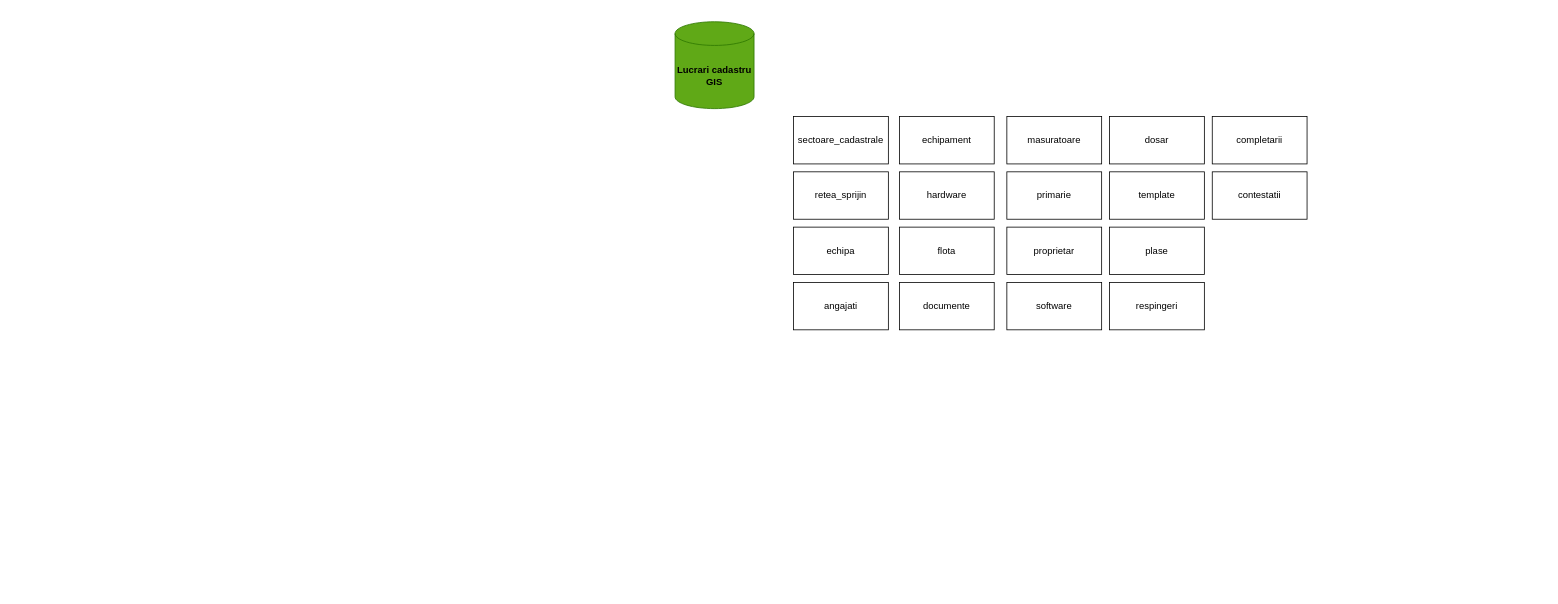
Fabbye3737/modelare_db keeps this draw.io diagram as model_abstract.drawio. Above is the earlier version. Source tidied: cells renumbered, new cells numbered last; positions are measured from the earlier drawing's top-left corner, leaving out a move shared by most shapes. Both pictures are drawn from the tidied source at 79%, with x=0, y=0 at pixel (675, 21).
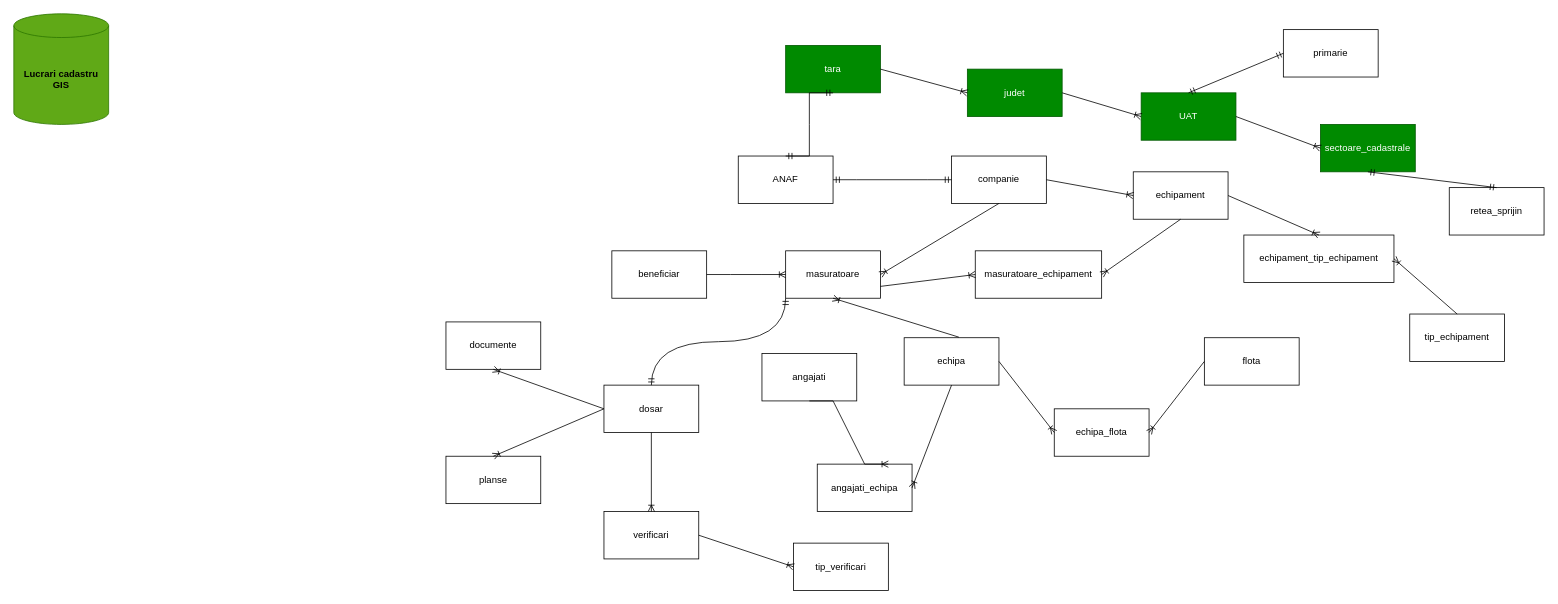
After the change.

The edit, as a diff of the source:
```diff
@@
     <mxCell id="2" value="Lucrari cadastru GIS" style="shape=cylinder3;whiteSpace=wrap;html=1;boundedLbl=1;backgroundOutline=1;size=15;fillColor=#60a917;strokeColor=#2D7600;fontColor=#000000;labelBackgroundColor=none;labelBorderColor=none;fontStyle=1;" parent="1" vertex="1">
-      <mxGeometry width="100" height="110" as="geometry" />
+      <mxGeometry x="-837" y="-10" width="120" height="140" as="geometry" />
     </mxCell>
-    <mxCell id="3" value="sectoare_cadastrale" style="rounded=0;whiteSpace=wrap;html=1;" parent="1" vertex="1">
-      <mxGeometry x="150" y="120" width="120" height="60" as="geometry" />
+    <mxCell id="3" value="sectoare_cadastrale" style="rounded=0;whiteSpace=wrap;html=1;fillColor=#008a00;fontColor=#ffffff;strokeColor=#005700;" parent="1" vertex="1">
+      <mxGeometry x="817" y="130" width="120" height="60" as="geometry" />
     </mxCell>
     <mxCell id="4" value="retea_sprijin" style="rounded=0;whiteSpace=wrap;html=1;" parent="1" vertex="1">
-      <mxGeometry x="150" y="190" width="120" height="60" as="geometry" />
+      <mxGeometry x="980" y="210" width="120" height="60" as="geometry" />
     </mxCell>
     <mxCell id="5" value="echipa" style="rounded=0;whiteSpace=wrap;html=1;" parent="1" vertex="1">
-      <mxGeometry x="150" y="260" width="120" height="60" as="geometry" />
+      <mxGeometry x="290" y="400" width="120" height="60" as="geometry" />
     </mxCell>
     <mxCell id="6" value="angajati" style="rounded=0;whiteSpace=wrap;html=1;" parent="1" vertex="1">
-      <mxGeometry x="150" y="330" width="120" height="60" as="geometry" />
+      <mxGeometry x="110" y="420" width="120" height="60" as="geometry" />
     </mxCell>
     <mxCell id="7" value="echipament" style="rounded=0;whiteSpace=wrap;html=1;" parent="1" vertex="1">
-      <mxGeometry x="284" y="120" width="120" height="60" as="geometry" />
+      <mxGeometry x="580" y="190" width="120" height="60" as="geometry" />
     </mxCell>
-    <mxCell id="8" value="hardware" style="rounded=0;whiteSpace=wrap;html=1;" parent="1" vertex="1">
-      <mxGeometry x="284" y="190" width="120" height="60" as="geometry" />
-    </mxCell>
     <mxCell id="9" value="flota" style="rounded=0;whiteSpace=wrap;html=1;" parent="1" vertex="1">
-      <mxGeometry x="284" y="260" width="120" height="60" as="geometry" />
+      <mxGeometry x="670" y="400" width="120" height="60" as="geometry" />
     </mxCell>
     <mxCell id="10" value="documente" style="rounded=0;whiteSpace=wrap;html=1;" parent="1" vertex="1">
-      <mxGeometry x="284" y="330" width="120" height="60" as="geometry" />
+      <mxGeometry x="-290" y="380" width="120" height="60" as="geometry" />
     </mxCell>
     <mxCell id="11" value="masuratoare" style="rounded=0;whiteSpace=wrap;html=1;" parent="1" vertex="1">
-      <mxGeometry x="420" y="120" width="120" height="60" as="geometry" />
+      <mxGeometry x="140" y="290" width="120" height="60" as="geometry" />
     </mxCell>
     <mxCell id="12" value="primarie" style="rounded=0;whiteSpace=wrap;html=1;" parent="1" vertex="1">
-      <mxGeometry x="420" y="190" width="120" height="60" as="geometry" />
+      <mxGeometry x="770" y="10" width="120" height="60" as="geometry" />
     </mxCell>
-    <mxCell id="13" value="proprietar" style="rounded=0;whiteSpace=wrap;html=1;" parent="1" vertex="1">
-      <mxGeometry x="420" y="260" width="120" height="60" as="geometry" />
+    <mxCell id="13" value="beneficiar" style="rounded=0;whiteSpace=wrap;html=1;" parent="1" vertex="1">
+      <mxGeometry x="-80" y="290" width="120" height="60" as="geometry" />
     </mxCell>
-    <mxCell id="14" value="software" style="rounded=0;whiteSpace=wrap;html=1;" parent="1" vertex="1">
-      <mxGeometry x="420" y="330" width="120" height="60" as="geometry" />
-    </mxCell>
     <mxCell id="15" value="dosar" style="rounded=0;whiteSpace=wrap;html=1;" parent="1" vertex="1">
-      <mxGeometry x="550" y="120" width="120" height="60" as="geometry" />
+      <mxGeometry x="-90" y="460" width="120" height="60" as="geometry" />
     </mxCell>
-    <mxCell id="16" value="template" style="rounded=0;whiteSpace=wrap;html=1;" parent="1" vertex="1">
-      <mxGeometry x="550" y="190" width="120" height="60" as="geometry" />
-    </mxCell>
-    <mxCell id="17" value="plase" style="rounded=0;whiteSpace=wrap;html=1;" parent="1" vertex="1">
-      <mxGeometry x="550" y="260" width="120" height="60" as="geometry" />
+    <mxCell id="17" value="planse" style="rounded=0;whiteSpace=wrap;html=1;" parent="1" vertex="1">
+      <mxGeometry x="-290" y="550" width="120" height="60" as="geometry" />
     </mxCell>
-    <mxCell id="18" value="respingeri" style="rounded=0;whiteSpace=wrap;html=1;" parent="1" vertex="1">
-      <mxGeometry x="550" y="330" width="120" height="60" as="geometry" />
-    </mxCell>
-    <mxCell id="19" value="completarii" style="rounded=0;whiteSpace=wrap;html=1;" parent="1" vertex="1">
-      <mxGeometry x="680" y="120" width="120" height="60" as="geometry" />
+    <mxCell id="19" value="tip_verificari" style="rounded=0;whiteSpace=wrap;html=1;" parent="1" vertex="1">
+      <mxGeometry x="150" y="660" width="120" height="60" as="geometry" />
     </mxCell>
-    <mxCell id="20" value="contestatii" style="rounded=0;whiteSpace=wrap;html=1;" parent="1" vertex="1">
-      <mxGeometry x="680" y="190" width="120" height="60" as="geometry" />
+    <mxCell id="20" value="verificari" style="rounded=0;whiteSpace=wrap;html=1;" parent="1" vertex="1">
+      <mxGeometry x="-90" y="620" width="120" height="60" as="geometry" />
     </mxCell>
+    <mxCell id="21" value="UAT" style="rounded=0;whiteSpace=wrap;html=1;fillColor=#008a00;fontColor=#ffffff;strokeColor=#005700;" parent="1" vertex="1">
+      <mxGeometry x="590" y="90" width="120" height="60" as="geometry" />
+    </mxCell>
+    <mxCell id="22" style="fontSize=12;html=1;endArrow=ERoneToMany;rounded=0;exitX=1;exitY=0.5;exitDx=0;exitDy=0;entryX=0;entryY=0.5;entryDx=0;entryDy=0;" parent="1" edge="1" source="21" target="3">
+      <mxGeometry relative="1" as="geometry" />
+    </mxCell>
+    <mxCell id="23" value="judet" style="rounded=0;whiteSpace=wrap;html=1;fillColor=#008a00;fontColor=#ffffff;strokeColor=#005700;" parent="1" vertex="1">
+      <mxGeometry x="370" y="60" width="120" height="60" as="geometry" />
+    </mxCell>
+    <mxCell id="24" style="fontSize=12;html=1;endArrow=ERoneToMany;rounded=0;exitX=1;exitY=0.5;exitDx=0;exitDy=0;entryX=0;entryY=0.5;entryDx=0;entryDy=0;" parent="1" edge="1" source="23" target="21">
+      <mxGeometry relative="1" as="geometry" />
+    </mxCell>
+    <mxCell id="25" value="tara" style="rounded=0;whiteSpace=wrap;html=1;fillColor=#008a00;fontColor=#ffffff;strokeColor=#005700;" parent="1" vertex="1">
+      <mxGeometry x="140" y="30" width="120" height="60" as="geometry" />
+    </mxCell>
+    <mxCell id="26" style="fontSize=12;html=1;endArrow=ERoneToMany;rounded=0;entryX=0;entryY=0.5;entryDx=0;entryDy=0;exitX=1;exitY=0.5;exitDx=0;exitDy=0;" parent="1" edge="1" source="25" target="23">
+      <mxGeometry relative="1" as="geometry" />
+    </mxCell>
+    <mxCell id="27" value="companie" style="rounded=0;whiteSpace=wrap;html=1;" parent="1" vertex="1">
+      <mxGeometry x="350" y="170" width="120" height="60" as="geometry" />
+    </mxCell>
+    <mxCell id="28" style="fontSize=12;html=1;endArrow=ERoneToMany;rounded=0;exitX=1;exitY=0.5;exitDx=0;exitDy=0;entryX=0;entryY=0.5;entryDx=0;entryDy=0;" parent="1" edge="1" source="27" target="7">
+      <mxGeometry relative="1" as="geometry" />
+    </mxCell>
+    <mxCell id="29" value="ANAF" style="rounded=0;whiteSpace=wrap;html=1;" parent="1" vertex="1">
+      <mxGeometry x="80" y="170" width="120" height="60" as="geometry" />
+    </mxCell>
+    <mxCell id="30" style="edgeStyle=entityRelationEdgeStyle;fontSize=12;html=1;endArrow=ERmandOne;startArrow=ERmandOne;rounded=0;exitX=1;exitY=0.5;exitDx=0;exitDy=0;entryX=0;entryY=0.5;entryDx=0;entryDy=0;" parent="1" edge="1" source="29" target="27">
+      <mxGeometry relative="1" as="geometry" />
+    </mxCell>
+    <mxCell id="31" style="edgeStyle=entityRelationEdgeStyle;fontSize=12;html=1;endArrow=ERmandOne;startArrow=ERmandOne;rounded=0;entryX=0.5;entryY=1;entryDx=0;entryDy=0;exitX=0.5;exitY=0;exitDx=0;exitDy=0;" parent="1" edge="1" source="29" target="25">
+      <mxGeometry relative="1" as="geometry" />
+    </mxCell>
+    <mxCell id="32" style="fontSize=12;html=1;endArrow=ERoneToMany;rounded=0;exitX=0.5;exitY=1;exitDx=0;exitDy=0;entryX=1;entryY=0.5;entryDx=0;entryDy=0;" parent="1" edge="1" source="27" target="11">
+      <mxGeometry relative="1" as="geometry" />
+    </mxCell>
+    <mxCell id="33" value="masuratoare_echipament" style="rounded=0;whiteSpace=wrap;html=1;" parent="1" vertex="1">
+      <mxGeometry x="380" y="290" width="160" height="60" as="geometry" />
+    </mxCell>
+    <mxCell id="34" style="fontSize=12;html=1;endArrow=ERoneToMany;rounded=0;exitX=1;exitY=0.75;exitDx=0;exitDy=0;entryX=0;entryY=0.5;entryDx=0;entryDy=0;" parent="1" edge="1" source="11" target="33">
+      <mxGeometry relative="1" as="geometry" />
+    </mxCell>
+    <mxCell id="35" style="fontSize=12;html=1;endArrow=ERoneToMany;rounded=0;exitX=0.5;exitY=1;exitDx=0;exitDy=0;entryX=1;entryY=0.5;entryDx=0;entryDy=0;" parent="1" edge="1" source="7" target="33">
+      <mxGeometry relative="1" as="geometry" />
+    </mxCell>
+    <mxCell id="36" value="angajati_echipa" style="rounded=0;whiteSpace=wrap;html=1;" parent="1" vertex="1">
+      <mxGeometry x="180" y="560" width="120" height="60" as="geometry" />
+    </mxCell>
+    <mxCell id="37" style="edgeStyle=entityRelationEdgeStyle;fontSize=12;html=1;endArrow=ERoneToMany;rounded=0;exitX=0.5;exitY=1;exitDx=0;exitDy=0;entryX=0.75;entryY=0;entryDx=0;entryDy=0;" parent="1" edge="1" source="6" target="36">
+      <mxGeometry relative="1" as="geometry" />
+    </mxCell>
+    <mxCell id="38" style="fontSize=12;html=1;endArrow=ERoneToMany;rounded=0;entryX=1;entryY=0.5;entryDx=0;entryDy=0;exitX=0.5;exitY=1;exitDx=0;exitDy=0;" parent="1" edge="1" source="5" target="36">
+      <mxGeometry relative="1" as="geometry" />
+    </mxCell>
+    <mxCell id="39" style="fontSize=12;html=1;endArrow=ERoneToMany;rounded=0;exitX=0.577;exitY=-0.012;exitDx=0;exitDy=0;exitPerimeter=0;entryX=0.5;entryY=1;entryDx=0;entryDy=0;" parent="1" edge="1" source="5" target="11">
+      <mxGeometry relative="1" as="geometry" />
+    </mxCell>
+    <mxCell id="40" value="echipa_flota" style="rounded=0;whiteSpace=wrap;html=1;" parent="1" vertex="1">
+      <mxGeometry x="480" y="490" width="120" height="60" as="geometry" />
+    </mxCell>
+    <mxCell id="41" style="fontSize=12;html=1;endArrow=ERoneToMany;rounded=0;exitX=1;exitY=0.5;exitDx=0;exitDy=0;entryX=0;entryY=0.5;entryDx=0;entryDy=0;" parent="1" edge="1" source="5" target="40">
+      <mxGeometry relative="1" as="geometry" />
+    </mxCell>
+    <mxCell id="42" style="fontSize=12;html=1;endArrow=ERoneToMany;rounded=0;entryX=1;entryY=0.5;entryDx=0;entryDy=0;exitX=0;exitY=0.5;exitDx=0;exitDy=0;" parent="1" edge="1" source="9" target="40">
+      <mxGeometry relative="1" as="geometry" />
+    </mxCell>
+    <mxCell id="43" style="fontSize=12;html=1;endArrow=ERmandOne;startArrow=ERmandOne;rounded=0;entryX=0.5;entryY=1;entryDx=0;entryDy=0;exitX=0.5;exitY=0;exitDx=0;exitDy=0;" parent="1" edge="1" source="4" target="3">
+      <mxGeometry relative="1" as="geometry" />
+    </mxCell>
+    <mxCell id="44" style="fontSize=12;html=1;endArrow=ERmandOne;startArrow=ERmandOne;rounded=0;entryX=0;entryY=0.5;entryDx=0;entryDy=0;exitX=0.5;exitY=0;exitDx=0;exitDy=0;" parent="1" edge="1" source="21" target="12">
+      <mxGeometry relative="1" as="geometry" />
+    </mxCell>
+    <mxCell id="45" style="edgeStyle=entityRelationEdgeStyle;fontSize=12;html=1;endArrow=ERoneToMany;rounded=0;entryX=0;entryY=0.5;entryDx=0;entryDy=0;exitX=1;exitY=0.5;exitDx=0;exitDy=0;" parent="1" edge="1" source="13" target="11">
+      <mxGeometry relative="1" as="geometry" />
+    </mxCell>
+    <mxCell id="46" value="echipament_tip_echipament" style="rounded=0;whiteSpace=wrap;html=1;" parent="1" vertex="1">
+      <mxGeometry x="720" y="270" width="190" height="60" as="geometry" />
+    </mxCell>
+    <mxCell id="47" value="tip_echipament" style="rounded=0;whiteSpace=wrap;html=1;" parent="1" vertex="1">
+      <mxGeometry x="930" y="370" width="120" height="60" as="geometry" />
+    </mxCell>
+    <mxCell id="48" style="fontSize=12;html=1;endArrow=ERoneToMany;rounded=0;entryX=0.5;entryY=0;entryDx=0;entryDy=0;exitX=1;exitY=0.5;exitDx=0;exitDy=0;" parent="1" edge="1" source="7" target="46">
+      <mxGeometry relative="1" as="geometry" />
+    </mxCell>
+    <mxCell id="49" style="fontSize=12;html=1;endArrow=ERoneToMany;rounded=0;exitX=0.5;exitY=0;exitDx=0;exitDy=0;entryX=1;entryY=0.5;entryDx=0;entryDy=0;" parent="1" edge="1" source="47" target="46">
+      <mxGeometry relative="1" as="geometry" />
+    </mxCell>
+    <mxCell id="50" style="fontSize=12;html=1;endArrow=ERoneToMany;rounded=0;exitX=1;exitY=0.5;exitDx=0;exitDy=0;entryX=0;entryY=0.5;entryDx=0;entryDy=0;" parent="1" edge="1" source="20" target="19">
+      <mxGeometry relative="1" as="geometry" />
+    </mxCell>
+    <mxCell id="51" style="edgeStyle=orthogonalEdgeStyle;fontSize=12;html=1;endArrow=ERmandOne;startArrow=ERmandOne;rounded=0;entryX=0;entryY=1;entryDx=0;entryDy=0;exitX=0.5;exitY=0;exitDx=0;exitDy=0;curved=1;" parent="1" edge="1" source="15" target="11">
+      <mxGeometry relative="1" as="geometry" />
+    </mxCell>
+    <mxCell id="52" style="fontSize=12;html=1;endArrow=ERoneToMany;rounded=0;exitX=0.5;exitY=1;exitDx=0;exitDy=0;entryX=0.5;entryY=0;entryDx=0;entryDy=0;" parent="1" edge="1" source="15" target="20">
+      <mxGeometry relative="1" as="geometry" />
+    </mxCell>
+    <mxCell id="53" style="fontSize=12;html=1;endArrow=ERoneToMany;rounded=0;exitX=0;exitY=0.5;exitDx=0;exitDy=0;entryX=0.5;entryY=0;entryDx=0;entryDy=0;" parent="1" edge="1" source="15" target="17">
+      <mxGeometry relative="1" as="geometry" />
+    </mxCell>
+    <mxCell id="54" style="fontSize=12;html=1;endArrow=ERoneToMany;rounded=0;exitX=0;exitY=0.5;exitDx=0;exitDy=0;entryX=0.5;entryY=1;entryDx=0;entryDy=0;" parent="1" edge="1" source="15" target="10">
+      <mxGeometry relative="1" as="geometry" />
+    </mxCell>
```
